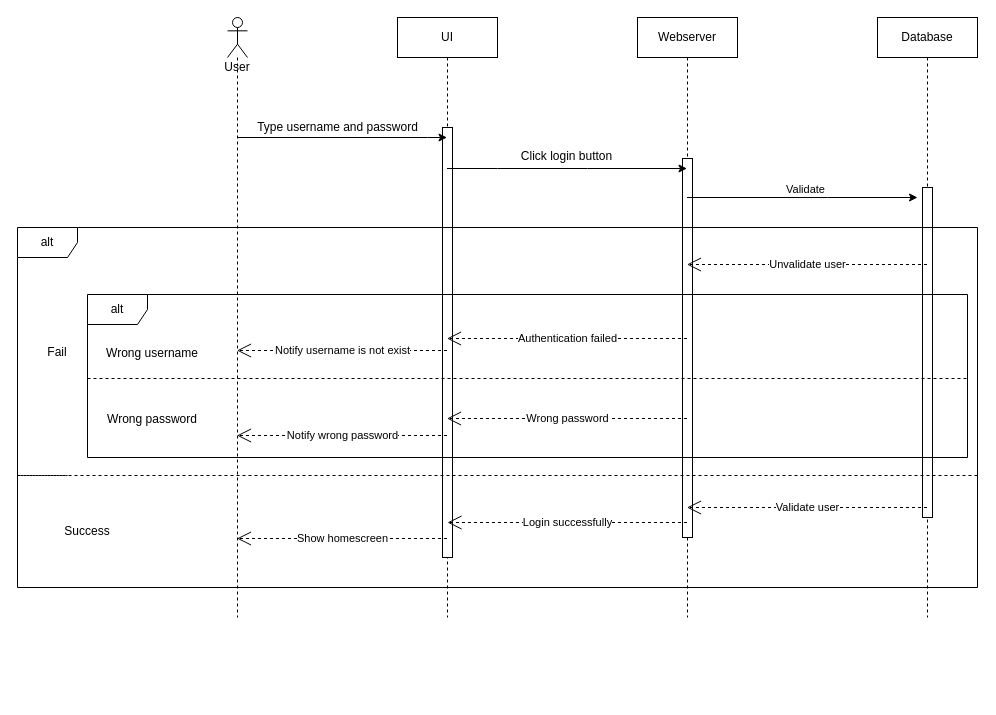
Earlier version of the draw.io diagram page "SD-Login" (3 of 8) of docs/diagrams/Class Diagram.drawio (PhungThanhTu/assets-management-system). Source tidied: cells renumbered, new cells numbered last; positions are measured from the earlier drawing's top-left corner, leaving out a move shared by most shapes. Both pictures are drawn from the tidied source at 100%, with x=0, y=0 at pixel (17, 17).
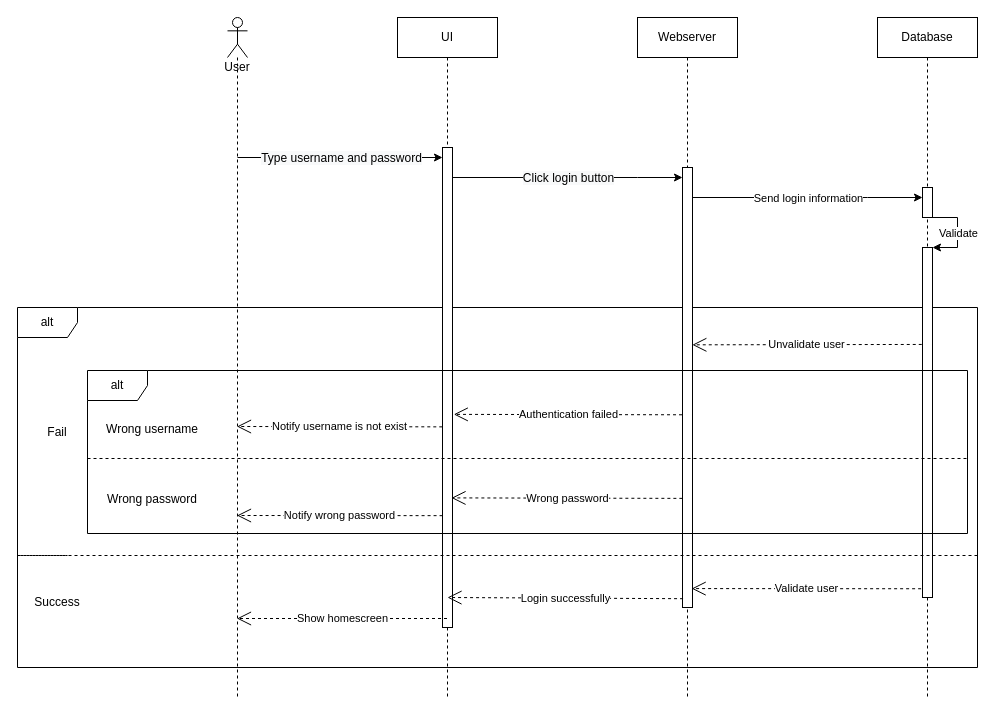
The same page after the edit.

The edit, as a diff of the source:
```diff
@@
+    <mxCell id="13" value="alt" style="shape=umlFrame;whiteSpace=wrap;html=1;" parent="1" vertex="1">
+      <mxGeometry y="290" width="960" height="360" as="geometry" />
+    </mxCell>
     <mxCell id="2" value="User" style="shape=umlLifeline;participant=umlActor;perimeter=lifelinePerimeter;whiteSpace=wrap;html=1;verticalAlign=top;spacingTop=36;outlineConnect=0;" parent="1" vertex="1">
-      <mxGeometry x="210" width="20" height="600" as="geometry" />
+      <mxGeometry x="210" width="20" height="680" as="geometry" />
     </mxCell>
+    <mxCell id="31" style="endArrow=classic;html=1;rounded=0;" parent="2" edge="1" target="6">
+      <mxGeometry relative="1" as="geometry">
+        <mxPoint x="10" y="140" as="sourcePoint" />
+      </mxGeometry>
+    </mxCell>
+    <mxCell id="10" value="&lt;span style=&quot;font-size: 12px ; background-color: rgb(248 , 249 , 250)&quot;&gt;Type username and password&lt;/span&gt;" style="edgeLabel;html=1;align=center;verticalAlign=middle;" parent="31" vertex="1">
+      <mxGeometry relative="1" as="geometry" />
+    </mxCell>
     <mxCell id="3" value="Database" style="shape=umlLifeline;perimeter=lifelinePerimeter;whiteSpace=wrap;html=1;outlineConnect=0;" parent="1" vertex="1">
-      <mxGeometry x="860" width="100" height="600" as="geometry" />
+      <mxGeometry x="860" width="100" height="680" as="geometry" />
     </mxCell>
     <mxCell id="4" style="html=1;points=[];perimeter=orthogonalPerimeter;" parent="3" vertex="1">
-      <mxGeometry x="45" y="170" width="10" height="330" as="geometry" />
+      <mxGeometry x="45" y="170" width="10" height="30" as="geometry" />
     </mxCell>
+    <mxCell id="32" style="html=1;points=[];perimeter=orthogonalPerimeter;" parent="3" vertex="1">
+      <mxGeometry x="45" y="230" width="10" height="350" as="geometry" />
+    </mxCell>
+    <mxCell id="33" style="endArrow=classic;html=1;rounded=0;" parent="3" edge="1" source="4" target="32">
+      <mxGeometry relative="1" as="geometry">
+        <Array as="points">
+          <mxPoint x="80" y="200" />
+          <mxPoint x="80" y="230" />
+        </Array>
+      </mxGeometry>
+    </mxCell>
+    <mxCell id="15" value="Validate" style="edgeLabel;html=1;align=center;verticalAlign=middle;" parent="33" vertex="1">
+      <mxGeometry relative="1" as="geometry" />
+    </mxCell>
     <mxCell id="5" value="UI" style="shape=umlLifeline;perimeter=lifelinePerimeter;whiteSpace=wrap;html=1;outlineConnect=0;" parent="1" vertex="1">
-      <mxGeometry x="380" width="100" height="600" as="geometry" />
+      <mxGeometry x="380" width="100" height="680" as="geometry" />
     </mxCell>
     <mxCell id="6" style="html=1;points=[];perimeter=orthogonalPerimeter;" parent="5" vertex="1">
-      <mxGeometry x="45" y="110" width="10" height="430" as="geometry" />
+      <mxGeometry x="45" y="130" width="10" height="480" as="geometry" />
     </mxCell>
     <mxCell id="7" value="Webserver" style="shape=umlLifeline;perimeter=lifelinePerimeter;whiteSpace=wrap;html=1;outlineConnect=0;" parent="1" vertex="1">
-      <mxGeometry x="620" width="100" height="600" as="geometry" />
+      <mxGeometry x="620" width="100" height="680" as="geometry" />
     </mxCell>
     <mxCell id="8" style="html=1;points=[];perimeter=orthogonalPerimeter;" parent="7" vertex="1">
-      <mxGeometry x="45" y="141" width="10" height="379" as="geometry" />
+      <mxGeometry x="45" y="150" width="10" height="440" as="geometry" />
     </mxCell>
-    <mxCell id="9" style="endArrow=classic;html=1;rounded=0;" parent="1" edge="1" source="2" target="5">
-      <mxGeometry relative="1" as="geometry">
-        <Array as="points">
-          <mxPoint x="410" y="120" />
-        </Array>
-      </mxGeometry>
-    </mxCell>
-    <mxCell id="10" value="Type username and password" style="text;html=1;align=center;verticalAlign=middle;strokeColor=none;fillColor=none;" parent="1" vertex="1">
-      <mxGeometry x="230" y="100" width="180" height="20" as="geometry" />
-    </mxCell>
-    <mxCell id="11" style="endArrow=classic;html=1;rounded=0;" parent="1" edge="1">
-      <mxGeometry relative="1" as="geometry">
-        <mxPoint x="429.5" y="151" as="sourcePoint" />
-        <mxPoint x="669.5" y="151" as="targetPoint" />
-        <Array as="points">
-          <mxPoint x="480" y="151" />
-          <mxPoint x="570" y="151" />
-        </Array>
-      </mxGeometry>
-    </mxCell>
-    <mxCell id="12" value="Click login button" style="text;html=1;align=center;verticalAlign=middle;strokeColor=none;fillColor=none;" parent="1" vertex="1">
-      <mxGeometry x="494" y="129" width="110" height="20" as="geometry" />
-    </mxCell>
-    <mxCell id="13" value="alt" style="shape=umlFrame;whiteSpace=wrap;html=1;" parent="1" vertex="1">
-      <mxGeometry y="210" width="960" height="360" as="geometry" />
-    </mxCell>
-    <mxCell id="14" style="endArrow=classic;html=1;rounded=0;" parent="1" edge="1" source="7">
-      <mxGeometry relative="1" as="geometry">
-        <mxPoint x="900" y="180" as="targetPoint" />
-        <Array as="points">
-          <mxPoint x="810" y="180" />
-        </Array>
-      </mxGeometry>
-    </mxCell>
-    <mxCell id="15" value="Validate" style="edgeLabel;html=1;align=center;verticalAlign=middle;" parent="14" vertex="1">
-      <mxGeometry x="-0.08" y="4" relative="1" as="geometry">
-        <mxPoint x="12" y="-5" as="offset" />
-      </mxGeometry>
-    </mxCell>
     <mxCell id="16" style="endArrow=none;html=1;rounded=0;dashed=1;" parent="1" edge="1">
       <mxGeometry relative="1" as="geometry">
-        <mxPoint x="960" y="458" as="sourcePoint" />
-        <mxPoint x="50" y="458" as="targetPoint" />
+        <mxPoint x="960" y="538" as="sourcePoint" />
+        <mxPoint x="50" y="538" as="targetPoint" />
         <Array as="points">
-          <mxPoint x="960" y="458" />
-          <mxPoint y="458" />
+          <mxPoint x="960" y="538" />
+          <mxPoint y="538" />
         </Array>
       </mxGeometry>
     </mxCell>
     <mxCell id="17" value="Fail" style="text;html=1;strokeColor=none;fillColor=none;align=center;verticalAlign=middle;whiteSpace=wrap;rounded=0;" parent="1" vertex="1">
-      <mxGeometry x="10" y="320" width="60" height="30" as="geometry" />
+      <mxGeometry x="10" y="400" width="60" height="30" as="geometry" />
     </mxCell>
     <mxCell id="18" value="alt" style="shape=umlFrame;whiteSpace=wrap;html=1;" parent="1" vertex="1">
-      <mxGeometry x="70" y="277" width="880" height="163" as="geometry" />
+      <mxGeometry x="70" y="353" width="880" height="163" as="geometry" />
     </mxCell>
     <mxCell id="19" value="Success" style="text;html=1;strokeColor=none;fillColor=none;align=center;verticalAlign=middle;whiteSpace=wrap;rounded=0;" parent="1" vertex="1">
-      <mxGeometry x="40" y="499" width="60" height="30" as="geometry" />
+      <mxGeometry x="10" y="570" width="60" height="30" as="geometry" />
     </mxCell>
     <mxCell id="20" value="Show homescreen" style="endArrow=open;endSize=12;dashed=1;html=1;rounded=0;" parent="1" edge="1">
       <mxGeometry relative="1" as="geometry">
-        <mxPoint x="429.5" y="521" as="sourcePoint" />
-        <mxPoint x="219.5" y="521" as="targetPoint" />
+        <mxPoint x="429.5" y="601" as="sourcePoint" />
+        <mxPoint x="219.5" y="601" as="targetPoint" />
       </mxGeometry>
     </mxCell>
-    <mxCell id="21" value="Login successfully" style="endArrow=open;endSize=12;dashed=1;html=1;rounded=0;" parent="1" edge="1">
+    <mxCell id="21" value="Login successfully" style="endArrow=open;endSize=12;dashed=1;html=1;rounded=0;exitX=0.056;exitY=0.98;exitDx=0;exitDy=0;exitPerimeter=0;" parent="1" edge="1" source="8">
       <mxGeometry relative="1" as="geometry">
-        <mxPoint x="669.5" y="505" as="sourcePoint" />
-        <mxPoint x="430" y="505" as="targetPoint" />
+        <mxPoint x="430" y="580" as="targetPoint" />
       </mxGeometry>
     </mxCell>
-    <mxCell id="22" value="Validate user" style="endArrow=open;endSize=12;dashed=1;html=1;rounded=0;" parent="1" edge="1" source="3">
-      <mxGeometry relative="1" as="geometry">
-        <mxPoint x="669.5" y="490" as="targetPoint" />
-      </mxGeometry>
+    <mxCell id="22" value="Validate user" style="endArrow=open;endSize=12;dashed=1;html=1;rounded=0;entryX=0.917;entryY=0.957;entryDx=0;entryDy=0;entryPerimeter=0;exitX=-0.139;exitY=0.975;exitDx=0;exitDy=0;exitPerimeter=0;" parent="1" edge="1" source="32" target="8">
+      <mxGeometry relative="1" as="geometry" />
     </mxCell>
-    <mxCell id="23" value="Unvalidate user" style="endArrow=open;endSize=12;dashed=1;html=1;rounded=0;" parent="1" edge="1">
-      <mxGeometry relative="1" as="geometry">
-        <mxPoint x="909.5" y="247" as="sourcePoint" />
-        <mxPoint x="669.5" y="247" as="targetPoint" />
-      </mxGeometry>
+    <mxCell id="23" value="Unvalidate user" style="endArrow=open;endSize=12;dashed=1;html=1;rounded=0;exitX=-0.074;exitY=0.277;exitDx=0;exitDy=0;exitPerimeter=0;entryX=0.984;entryY=0.403;entryDx=0;entryDy=0;entryPerimeter=0;" parent="1" edge="1" source="32" target="8">
+      <mxGeometry relative="1" as="geometry" />
     </mxCell>
     <mxCell id="24" value="Wrong password" style="text;html=1;strokeColor=none;fillColor=none;align=center;verticalAlign=middle;whiteSpace=wrap;rounded=0;" parent="1" vertex="1">
-      <mxGeometry x="80" y="387" width="110" height="30" as="geometry" />
+      <mxGeometry x="80" y="467" width="110" height="30" as="geometry" />
     </mxCell>
     <mxCell id="25" value="Wrong username" style="text;html=1;strokeColor=none;fillColor=none;align=center;verticalAlign=middle;whiteSpace=wrap;rounded=0;" parent="1" vertex="1">
-      <mxGeometry x="80" y="321" width="110" height="30" as="geometry" />
+      <mxGeometry x="80" y="397" width="110" height="30" as="geometry" />
     </mxCell>
     <mxCell id="26" style="endArrow=none;dashed=1;html=1;rounded=0;" parent="1" edge="1">
       <mxGeometry relative="1" as="geometry">
-        <mxPoint x="70" y="361" as="sourcePoint" />
-        <mxPoint x="950" y="361" as="targetPoint" />
+        <mxPoint x="70" y="441" as="sourcePoint" />
+        <mxPoint x="950" y="441" as="targetPoint" />
       </mxGeometry>
     </mxCell>
-    <mxCell id="27" value="Authentication failed" style="endArrow=open;endSize=12;dashed=1;html=1;rounded=0;" parent="1" edge="1">
-      <mxGeometry relative="1" as="geometry">
-        <mxPoint x="669.5" y="321" as="sourcePoint" />
-        <mxPoint x="429.5" y="321" as="targetPoint" />
-      </mxGeometry>
+    <mxCell id="27" value="Authentication failed" style="endArrow=open;endSize=12;dashed=1;html=1;rounded=0;exitX=-0.048;exitY=0.562;exitDx=0;exitDy=0;exitPerimeter=0;entryX=1.13;entryY=0.556;entryDx=0;entryDy=0;entryPerimeter=0;" parent="1" edge="1" source="8" target="6">
+      <mxGeometry relative="1" as="geometry" />
     </mxCell>
-    <mxCell id="28" value="Wrong password" style="endArrow=open;endSize=12;dashed=1;html=1;rounded=0;" parent="1" edge="1">
-      <mxGeometry relative="1" as="geometry">
-        <mxPoint x="669.5" y="401" as="sourcePoint" />
-        <mxPoint x="429.5" y="401" as="targetPoint" />
-      </mxGeometry>
+    <mxCell id="28" value="Wrong password" style="endArrow=open;endSize=12;dashed=1;html=1;rounded=0;exitX=-0.013;exitY=0.752;exitDx=0;exitDy=0;exitPerimeter=0;entryX=0.9;entryY=0.73;entryDx=0;entryDy=0;entryPerimeter=0;" parent="1" edge="1" source="8" target="6">
+      <mxGeometry relative="1" as="geometry" />
     </mxCell>
-    <mxCell id="29" value="Notify username is not exist" style="endArrow=open;endSize=12;dashed=1;html=1;rounded=0;" parent="1" edge="1">
+    <mxCell id="29" value="Notify username is not exist" style="endArrow=open;endSize=12;dashed=1;html=1;rounded=0;exitX=-0.021;exitY=0.582;exitDx=0;exitDy=0;exitPerimeter=0;" parent="1" edge="1" source="6">
       <mxGeometry relative="1" as="geometry">
-        <mxPoint x="429.5" y="333" as="sourcePoint" />
-        <mxPoint x="219.5" y="333" as="targetPoint" />
+        <mxPoint x="219.5" y="409" as="targetPoint" />
       </mxGeometry>
     </mxCell>
-    <mxCell id="30" value="Notify wrong password" style="endArrow=open;endSize=12;dashed=1;html=1;rounded=0;" parent="1" edge="1">
+    <mxCell id="30" value="Notify wrong password" style="endArrow=open;endSize=12;dashed=1;html=1;rounded=0;exitX=0.007;exitY=0.767;exitDx=0;exitDy=0;exitPerimeter=0;" parent="1" edge="1" source="6">
       <mxGeometry relative="1" as="geometry">
-        <mxPoint x="429.5" y="418" as="sourcePoint" />
-        <mxPoint x="219.5" y="418" as="targetPoint" />
+        <mxPoint x="219.5" y="498" as="targetPoint" />
       </mxGeometry>
     </mxCell>
+    <mxCell id="34" style="endArrow=classic;html=1;rounded=0;" parent="1" edge="1" source="6" target="8">
+      <mxGeometry relative="1" as="geometry">
+        <Array as="points">
+          <mxPoint x="620" y="160" />
+        </Array>
+      </mxGeometry>
+    </mxCell>
+    <mxCell id="12" value="&lt;span style=&quot;font-size: 12px ; background-color: rgb(248 , 249 , 250)&quot;&gt;Click login button&lt;/span&gt;" style="edgeLabel;html=1;align=center;verticalAlign=middle;" parent="34" vertex="1">
+      <mxGeometry relative="1" as="geometry" />
+    </mxCell>
+    <mxCell id="35" style="endArrow=classic;html=1;rounded=0;" parent="1" edge="1" source="8" target="4">
+      <mxGeometry relative="1" as="geometry">
+        <Array as="points">
+          <mxPoint x="850" y="180" />
+        </Array>
+      </mxGeometry>
+    </mxCell>
+    <mxCell id="36" value="Send login information" style="edgeLabel;html=1;align=center;verticalAlign=middle;" parent="35" vertex="1">
+      <mxGeometry relative="1" as="geometry" />
+    </mxCell>
```
